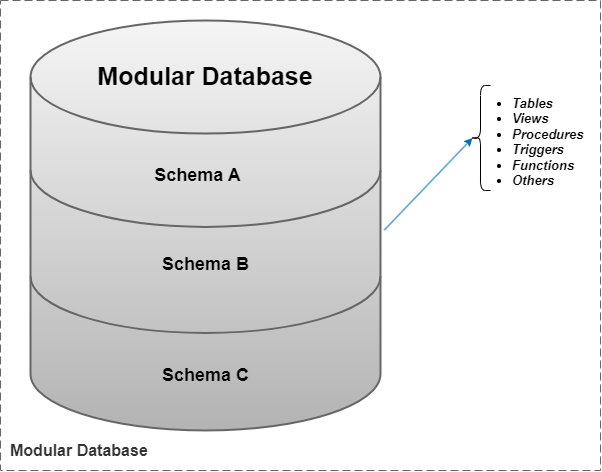
The draw.io diagram docs/_diagrams/Modular Database.png in ortizdavid/golang-modular-software, before a commit. Source tidied: cells renumbered, new cells last; positions are measured from the earlier drawing's top-left corner, leaving out a move shared by most shapes. Source of this version:
```xml
<mxGraphModel>
  <root>
    <mxCell id="0" />
    <mxCell id="1" parent="0" />
    <mxCell id="2" style="html=1;verticalLabelPosition=bottom;align=center;labelBackgroundColor=#ffffff;verticalAlign=top;strokeWidth=2;strokeColor=#666666;shadow=0;dashed=0;shape=mxgraph.ios7.icons.data;fillColor=#f5f5f5;gradientColor=#b3b3b3;labelBorderColor=#66B2FF;" parent="1" vertex="1">
      <mxGeometry x="30" y="20" width="350" height="410" as="geometry" />
    </mxCell>
    <mxCell id="3" value="Schema A" style="text;html=1;align=center;verticalAlign=middle;whiteSpace=wrap;rounded=0;fontStyle=1;fontSize=18;" parent="1" vertex="1">
      <mxGeometry x="140" y="160" width="115" height="30" as="geometry" />
    </mxCell>
    <mxCell id="4" value="Schema B&lt;div&gt;&lt;br&gt;&lt;/div&gt;" style="text;html=1;align=center;verticalAlign=middle;whiteSpace=wrap;rounded=0;fontStyle=1;fontSize=18;" parent="1" vertex="1">
      <mxGeometry x="147.5" y="260" width="115" height="30" as="geometry" />
    </mxCell>
    <mxCell id="5" value="Schema C" style="text;html=1;align=center;verticalAlign=middle;whiteSpace=wrap;rounded=0;fontStyle=1;fontSize=18;" parent="1" vertex="1">
      <mxGeometry x="147.5" y="360" width="115" height="30" as="geometry" />
    </mxCell>
    <mxCell id="6" value="&lt;ul style=&quot;font-size: 13px;&quot;&gt;&lt;li style=&quot;font-size: 13px;&quot;&gt;Tables&lt;/li&gt;&lt;li style=&quot;font-size: 13px;&quot;&gt;Views&lt;/li&gt;&lt;li style=&quot;font-size: 13px;&quot;&gt;Procedures&lt;/li&gt;&lt;li style=&quot;font-size: 13px;&quot;&gt;Triggers&lt;/li&gt;&lt;li style=&quot;font-size: 13px;&quot;&gt;Functions&lt;br style=&quot;font-size: 13px;&quot;&gt;&lt;/li&gt;&lt;li style=&quot;font-size: 13px;&quot;&gt;Others&lt;/li&gt;&lt;/ul&gt;" style="text;strokeColor=none;fillColor=none;html=1;whiteSpace=wrap;verticalAlign=middle;overflow=hidden;shadow=0;fontSize=13;fontStyle=3;" parent="1" vertex="1">
      <mxGeometry x="470" y="80" width="120" height="110" as="geometry" />
    </mxCell>
    <mxCell id="7" style="rounded=0;jettySize=auto;html=1;labelBorderColor=#6acff0;labelBackgroundColor=#3399FF;fillColor=#1ba1e2;strokeColor=#006EAF;entryX=0.1;entryY=0.5;entryDx=0;entryDy=0;entryPerimeter=0;exitX=1.011;exitY=0.511;exitDx=0;exitDy=0;exitPerimeter=0;" parent="1" edge="1" source="2" target="8">
      <mxGeometry relative="1" as="geometry" />
    </mxCell>
    <mxCell id="8" style="shape=curlyBracket;whiteSpace=wrap;html=1;rounded=1;labelPosition=left;verticalLabelPosition=middle;align=right;verticalAlign=middle;" parent="1" vertex="1">
      <mxGeometry x="470" y="85" width="20" height="105" as="geometry" />
    </mxCell>
    <mxCell id="9" value="Modular Database" style="text;html=1;align=center;verticalAlign=middle;whiteSpace=wrap;rounded=0;fontStyle=1;fontSize=25;" parent="1" vertex="1">
      <mxGeometry x="90" y="60" width="230" height="30" as="geometry" />
    </mxCell>
    <object id="10" label="&lt;font style=&quot;font-size: 16px&quot;&gt;&lt;b&gt;&lt;div style=&quot;text-align: left&quot;&gt;%c4Name%&lt;/div&gt;&lt;/b&gt;&lt;/font&gt;&lt;div style=&quot;text-align: left&quot;&gt;&lt;/div&gt;" c4Application="Container" c4Name="Modular Database" c4Type="ContainerScopeBoundary" placeholders="1">
      <mxCell style="rounded=0;fontSize=11;whiteSpace=wrap;html=1;dashed=1;arcSize=20;fillColor=none;strokeColor=#666666;fontColor=#333333;labelBackgroundColor=none;align=left;verticalAlign=bottom;labelBorderColor=none;spacingTop=0;spacing=10;dashPattern=8 4;perimeter=rectanglePerimeter;noLabel=0;labelPadding=0;absoluteArcSize=1;" parent="1" vertex="1">
        <mxGeometry width="600" height="470" as="geometry" />
      </mxCell>
    </object>
  </root>
</mxGraphModel>
```
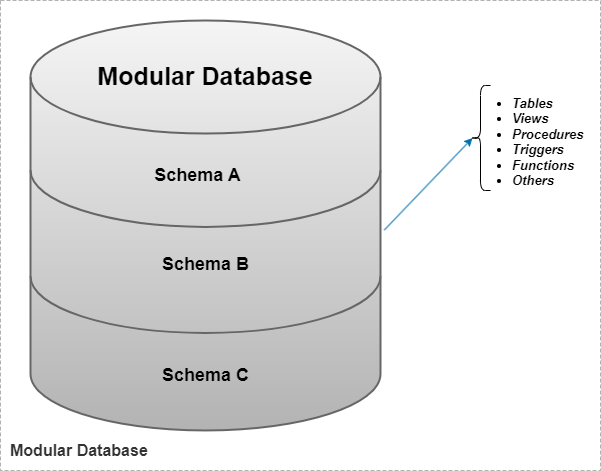
Above is the later version.

What changed in the source:
```diff
@@ -27,7 +27,7 @@
       <mxGeometry x="90" y="60" width="230" height="30" as="geometry" />
     </mxCell>
     <object id="10" label="&lt;font style=&quot;font-size: 16px&quot;&gt;&lt;b&gt;&lt;div style=&quot;text-align: left&quot;&gt;%c4Name%&lt;/div&gt;&lt;/b&gt;&lt;/font&gt;&lt;div style=&quot;text-align: left&quot;&gt;&lt;/div&gt;" c4Application="Container" c4Name="Modular Database" c4Type="ContainerScopeBoundary" placeholders="1">
-      <mxCell style="rounded=0;fontSize=11;whiteSpace=wrap;html=1;dashed=1;arcSize=20;fillColor=none;strokeColor=#666666;fontColor=#333333;labelBackgroundColor=none;align=left;verticalAlign=bottom;labelBorderColor=none;spacingTop=0;spacing=10;dashPattern=8 4;perimeter=rectanglePerimeter;noLabel=0;labelPadding=0;absoluteArcSize=1;" parent="1" vertex="1">
+      <mxCell style="rounded=0;fontSize=11;whiteSpace=wrap;html=1;dashed=1;arcSize=20;fillColor=none;strokeColor=#666666;fontColor=#333333;labelBackgroundColor=none;align=left;verticalAlign=bottom;labelBorderColor=none;spacingTop=0;spacing=10;dashPattern=8 4;perimeter=rectanglePerimeter;noLabel=0;labelPadding=0;absoluteArcSize=1;strokeWidth=0.5;" parent="1" vertex="1">
         <mxGeometry width="600" height="470" as="geometry" />
       </mxCell>
     </object>
```
